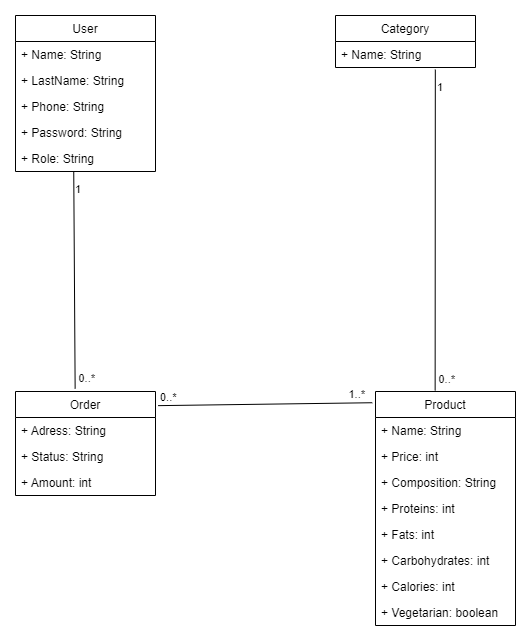
This is Diagrams/Диаграмма классов (Class diagram)/Диаграмма классов.png from Zelelo622/TP-4.1-2, a draw.io export, as it was before one commit. Source tidied: cells renumbered, new cells last; positions are measured from the earlier drawing's top-left corner, leaving out a move shared by most shapes.
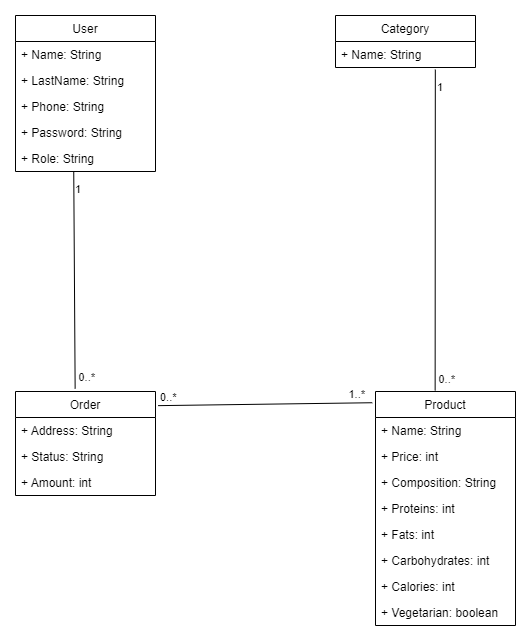
After the change.

Commit message:
update class diagram

Diff of the diagram source:
```diff
@@ -56,7 +56,7 @@
     <mxCell id="19" value="Order" style="swimlane;fontStyle=0;horizontal=1;startSize=26;fillColor=none;" parent="1" vertex="1">
       <mxGeometry y="376" width="140" height="104" as="geometry" />
     </mxCell>
-    <mxCell id="20" value="+ Adress: String" style="text;strokeColor=none;fillColor=none;align=left;verticalAlign=top;spacingLeft=4;spacingRight=4;overflow=hidden;" parent="19" vertex="1">
+    <mxCell id="20" value="+ Address: String" style="text;strokeColor=none;fillColor=none;align=left;verticalAlign=top;spacingLeft=4;spacingRight=4;overflow=hidden;" parent="19" vertex="1">
       <mxGeometry y="26" width="140" height="26" as="geometry" />
     </mxCell>
     <mxCell id="21" value="+ Status: String" style="text;strokeColor=none;fillColor=none;align=left;verticalAlign=top;spacingLeft=4;spacingRight=4;overflow=hidden;" parent="19" vertex="1">
```
